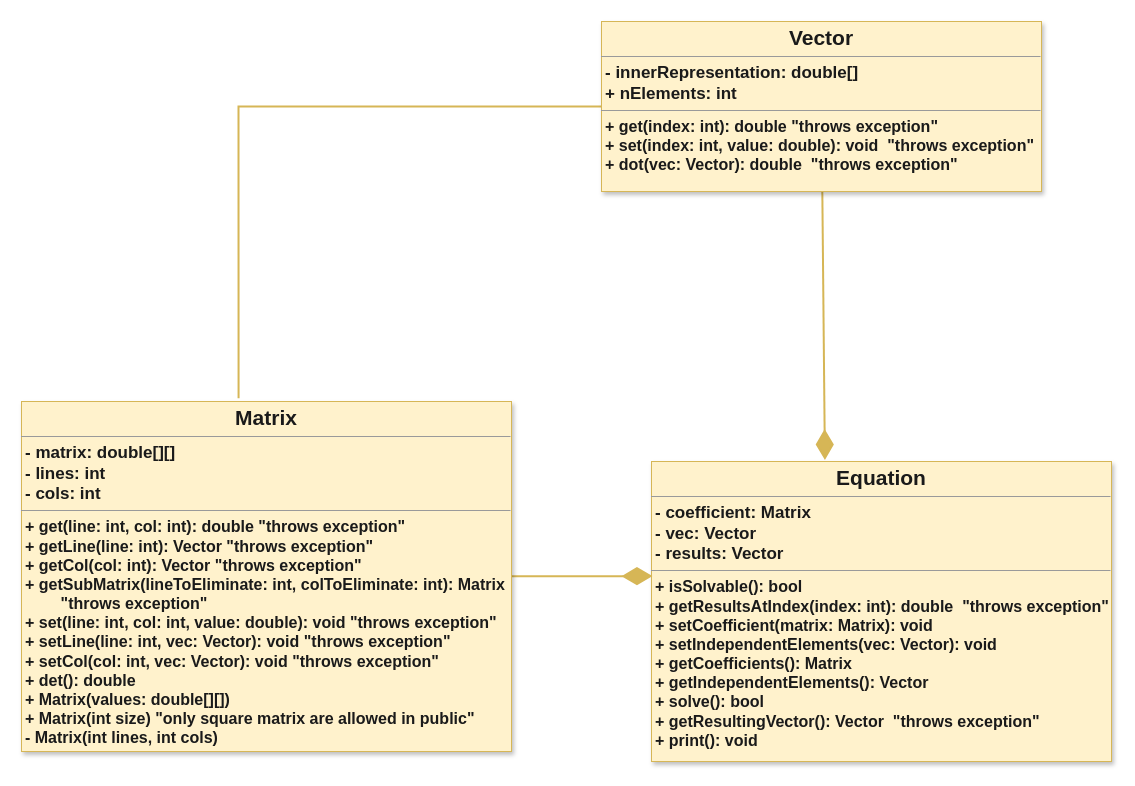
This is diagrams/KramerSolver.drawio from Sophi301/Kramer, a draw.io file, before an edit. Source tidied: cells renumbered, new cells numbered last; positions are measured from the earlier drawing's top-left corner, leaving out a move shared by most shapes. Both pictures are drawn from the tidied source at 100%, with x=0, y=0 at pixel (21, 21).
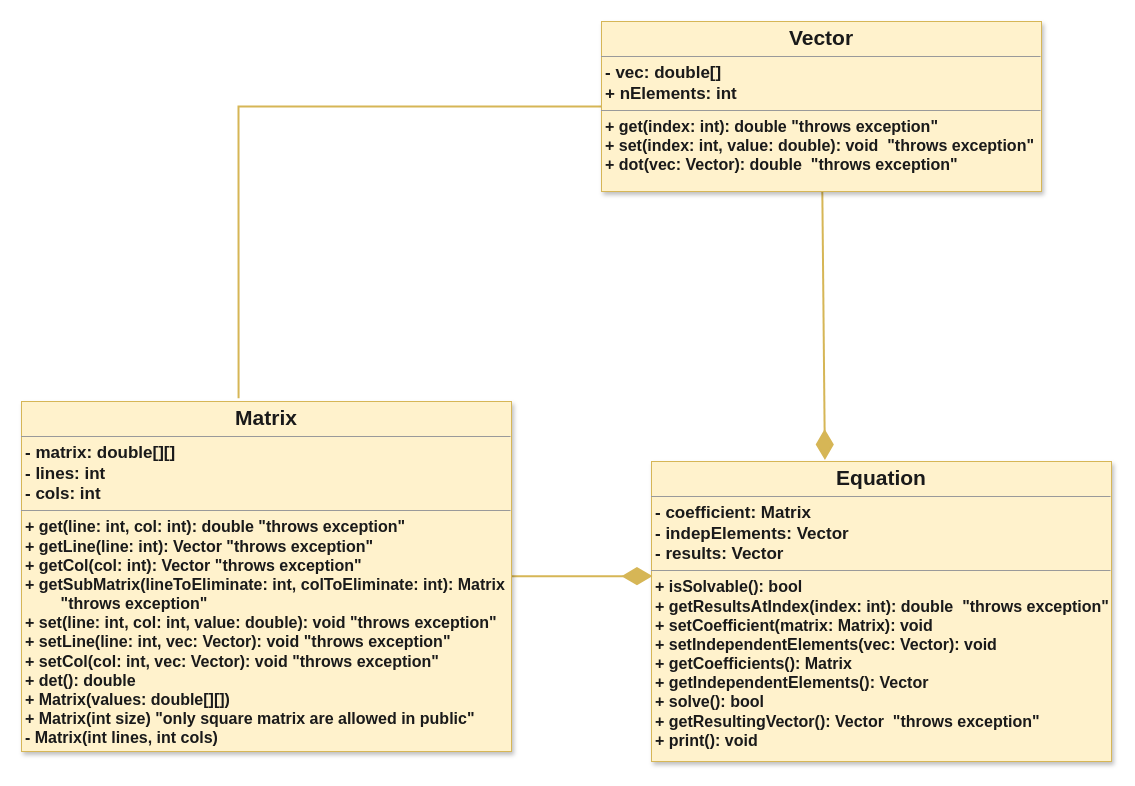
After the change.

Change to the diagram source:
```diff
@@
 <mxGraphModel>
   <root>
     <mxCell id="0" />
     <mxCell id="1" parent="0" />
-    <mxCell id="2" value="&lt;p style=&quot;text-align: center ; margin: 4px 0px 0px&quot;&gt;&lt;b&gt;&lt;font style=&quot;font-size: 21px&quot;&gt;Equation&lt;/font&gt;&lt;/b&gt;&lt;/p&gt;&lt;hr size=&quot;1&quot;&gt;&lt;p style=&quot;margin: 0px 0px 0px 4px ; font-size: 17px&quot;&gt;&lt;font style=&quot;font-size: 17px&quot;&gt;&lt;b&gt;- coefficient: Matrix&lt;/b&gt;&lt;/font&gt;&lt;/p&gt;&lt;p style=&quot;margin: 0px 0px 0px 4px ; font-size: 17px&quot;&gt;&lt;font style=&quot;font-size: 17px&quot;&gt;&lt;b&gt;- vec: Vector&lt;/b&gt;&lt;/font&gt;&lt;/p&gt;&lt;p style=&quot;margin: 0px 0px 0px 4px ; font-size: 17px&quot;&gt;&lt;font style=&quot;font-size: 17px&quot;&gt;&lt;b&gt;- results: Vector&lt;/b&gt;&lt;/font&gt;&lt;/p&gt;&lt;hr size=&quot;1&quot;&gt;&lt;p style=&quot;margin: 0px ; margin-left: 4px&quot;&gt;&lt;font size=&quot;3&quot;&gt;&lt;b&gt;+ isSolvable(): bool&lt;/b&gt;&lt;/font&gt;&lt;/p&gt;&lt;p style=&quot;margin: 0px ; margin-left: 4px&quot;&gt;&lt;font size=&quot;3&quot;&gt;&lt;b&gt;+ getResultsAtIndex(index: int): double&amp;nbsp; &quot;throws exception&quot;&lt;/b&gt;&lt;/font&gt;&lt;/p&gt;&lt;p style=&quot;margin: 0px ; margin-left: 4px&quot;&gt;&lt;font size=&quot;3&quot;&gt;&lt;b&gt;+ setCoefficient(matrix: Matrix): void&lt;/b&gt;&lt;/font&gt;&lt;/p&gt;&lt;p style=&quot;margin: 0px ; margin-left: 4px&quot;&gt;&lt;font size=&quot;3&quot;&gt;&lt;b&gt;+ setIndependentElements(vec: Vector): void&lt;/b&gt;&lt;/font&gt;&lt;/p&gt;&lt;p style=&quot;margin: 0px ; margin-left: 4px&quot;&gt;&lt;font size=&quot;3&quot;&gt;&lt;b&gt;+ getCoefficients(): Matrix&lt;/b&gt;&lt;/font&gt;&lt;/p&gt;&lt;p style=&quot;margin: 0px ; margin-left: 4px&quot;&gt;&lt;font size=&quot;3&quot;&gt;&lt;b&gt;+ getIndependentElements(): Vector&lt;/b&gt;&lt;/font&gt;&lt;/p&gt;&lt;p style=&quot;margin: 0px ; margin-left: 4px&quot;&gt;&lt;font size=&quot;3&quot;&gt;&lt;b&gt;+ solve(): bool&lt;/b&gt;&lt;/font&gt;&lt;/p&gt;&lt;p style=&quot;margin: 0px ; margin-left: 4px&quot;&gt;&lt;font size=&quot;3&quot;&gt;&lt;b&gt;+ getResultingVector(): Vector&amp;nbsp; &quot;throws exception&quot;&lt;/b&gt;&lt;/font&gt;&lt;/p&gt;&lt;p style=&quot;margin: 0px ; margin-left: 4px&quot;&gt;&lt;font size=&quot;3&quot;&gt;&lt;b&gt;+ print(): void&lt;/b&gt;&lt;/font&gt;&lt;/p&gt;" style="verticalAlign=top;align=left;overflow=fill;fontSize=12;fontFamily=Helvetica;html=1;gradientDirection=west;rounded=0;glass=0;shadow=1;strokeWidth=1;fillColor=#fff2cc;strokeColor=#d6b656;fontColor=#1A1A1A;" parent="1" vertex="1">
+    <mxCell id="2" value="&lt;p style=&quot;text-align: center ; margin: 4px 0px 0px&quot;&gt;&lt;b&gt;&lt;font style=&quot;font-size: 21px&quot;&gt;Equation&lt;/font&gt;&lt;/b&gt;&lt;/p&gt;&lt;hr size=&quot;1&quot;&gt;&lt;p style=&quot;margin: 0px 0px 0px 4px ; font-size: 17px&quot;&gt;&lt;font style=&quot;font-size: 17px&quot;&gt;&lt;b&gt;- coefficient: Matrix&lt;/b&gt;&lt;/font&gt;&lt;/p&gt;&lt;p style=&quot;margin: 0px 0px 0px 4px ; font-size: 17px&quot;&gt;&lt;font style=&quot;font-size: 17px&quot;&gt;&lt;b&gt;- indepElements: Vector&lt;/b&gt;&lt;/font&gt;&lt;/p&gt;&lt;p style=&quot;margin: 0px 0px 0px 4px ; font-size: 17px&quot;&gt;&lt;font style=&quot;font-size: 17px&quot;&gt;&lt;b&gt;- results: Vector&lt;/b&gt;&lt;/font&gt;&lt;/p&gt;&lt;hr size=&quot;1&quot;&gt;&lt;p style=&quot;margin: 0px ; margin-left: 4px&quot;&gt;&lt;font size=&quot;3&quot;&gt;&lt;b&gt;+ isSolvable(): bool&lt;/b&gt;&lt;/font&gt;&lt;/p&gt;&lt;p style=&quot;margin: 0px ; margin-left: 4px&quot;&gt;&lt;font size=&quot;3&quot;&gt;&lt;b&gt;+ getResultsAtIndex(index: int): double&amp;nbsp; &quot;throws exception&quot;&lt;/b&gt;&lt;/font&gt;&lt;/p&gt;&lt;p style=&quot;margin: 0px ; margin-left: 4px&quot;&gt;&lt;font size=&quot;3&quot;&gt;&lt;b&gt;+ setCoefficient(matrix: Matrix): void&lt;/b&gt;&lt;/font&gt;&lt;/p&gt;&lt;p style=&quot;margin: 0px ; margin-left: 4px&quot;&gt;&lt;font size=&quot;3&quot;&gt;&lt;b&gt;+ setIndependentElements(vec: Vector): void&lt;/b&gt;&lt;/font&gt;&lt;/p&gt;&lt;p style=&quot;margin: 0px ; margin-left: 4px&quot;&gt;&lt;font size=&quot;3&quot;&gt;&lt;b&gt;+ getCoefficients(): Matrix&lt;/b&gt;&lt;/font&gt;&lt;/p&gt;&lt;p style=&quot;margin: 0px ; margin-left: 4px&quot;&gt;&lt;font size=&quot;3&quot;&gt;&lt;b&gt;+ getIndependentElements(): Vector&lt;/b&gt;&lt;/font&gt;&lt;/p&gt;&lt;p style=&quot;margin: 0px ; margin-left: 4px&quot;&gt;&lt;font size=&quot;3&quot;&gt;&lt;b&gt;+ solve(): bool&lt;/b&gt;&lt;/font&gt;&lt;/p&gt;&lt;p style=&quot;margin: 0px ; margin-left: 4px&quot;&gt;&lt;font size=&quot;3&quot;&gt;&lt;b&gt;+ getResultingVector(): Vector&amp;nbsp; &quot;throws exception&quot;&lt;/b&gt;&lt;/font&gt;&lt;/p&gt;&lt;p style=&quot;margin: 0px ; margin-left: 4px&quot;&gt;&lt;font size=&quot;3&quot;&gt;&lt;b&gt;+ print(): void&lt;/b&gt;&lt;/font&gt;&lt;/p&gt;" style="verticalAlign=top;align=left;overflow=fill;fontSize=12;fontFamily=Helvetica;html=1;gradientDirection=west;rounded=0;glass=0;shadow=1;strokeWidth=1;fillColor=#fff2cc;strokeColor=#d6b656;fontColor=#1A1A1A;" parent="1" vertex="1">
       <mxGeometry x="630" y="440" width="460" height="300" as="geometry" />
     </mxCell>
     <mxCell id="3" style="edgeStyle=none;html=1;entryX=0.002;entryY=0.382;entryDx=0;entryDy=0;entryPerimeter=0;fontSize=21;fontColor=#1A1A1A;endArrow=diamondThin;endFill=1;endSize=25;strokeWidth=2;fillColor=#fff2cc;strokeColor=#d6b656;rounded=0;" parent="1" edge="1" source="4" target="2">
       <mxGeometry relative="1" as="geometry" />
     </mxCell>
     <mxCell id="4" value="&lt;p style=&quot;text-align: center ; margin: 4px 0px 0px&quot;&gt;&lt;b&gt;&lt;font style=&quot;font-size: 21px&quot;&gt;Matrix&lt;/font&gt;&lt;/b&gt;&lt;/p&gt;&lt;hr size=&quot;1&quot;&gt;&lt;p style=&quot;margin: 0px 0px 0px 4px ; font-size: 17px&quot;&gt;&lt;b&gt;- matrix: double[][]&lt;/b&gt;&lt;/p&gt;&lt;p style=&quot;margin: 0px 0px 0px 4px ; font-size: 17px&quot;&gt;&lt;b&gt;- lines: int&lt;/b&gt;&lt;br&gt;&lt;/p&gt;&lt;p style=&quot;margin: 0px 0px 0px 4px ; font-size: 17px&quot;&gt;&lt;b&gt;- cols: int&lt;/b&gt;&lt;/p&gt;&lt;hr size=&quot;1&quot;&gt;&lt;p style=&quot;margin: 0px ; margin-left: 4px&quot;&gt;&lt;font size=&quot;3&quot;&gt;&lt;b&gt;+ get(line: int, col: int): double &quot;throws exception&quot;&lt;/b&gt;&lt;/font&gt;&lt;/p&gt;&lt;p style=&quot;margin: 0px ; margin-left: 4px&quot;&gt;&lt;font size=&quot;3&quot;&gt;&lt;b&gt;+ getLine(line: int): Vector &quot;throws exception&quot;&lt;/b&gt;&lt;/font&gt;&lt;/p&gt;&lt;p style=&quot;margin: 0px ; margin-left: 4px&quot;&gt;&lt;font size=&quot;3&quot;&gt;&lt;b&gt;+ getCol(col: int): Vector &quot;throws exception&quot;&lt;/b&gt;&lt;/font&gt;&lt;/p&gt;&lt;p style=&quot;margin: 0px ; margin-left: 4px&quot;&gt;&lt;font size=&quot;3&quot;&gt;&lt;b&gt;+ getSubMatrix(lineToEliminate: int, colToEliminate: int): Matrix&lt;/b&gt;&lt;/font&gt;&lt;/p&gt;&lt;p style=&quot;margin: 0px ; margin-left: 4px&quot;&gt;&lt;font size=&quot;3&quot;&gt;&lt;b&gt;&lt;span style=&quot;white-space: pre&quot;&gt;&#9;&lt;/span&gt;&quot;throws exception&quot;&lt;br&gt;&lt;/b&gt;&lt;/font&gt;&lt;/p&gt;&lt;p style=&quot;margin: 0px ; margin-left: 4px&quot;&gt;&lt;font size=&quot;3&quot;&gt;&lt;b&gt;+ set(line: int, col: int, value: double): void &quot;throws exception&quot;&lt;/b&gt;&lt;/font&gt;&lt;/p&gt;&lt;p style=&quot;margin: 0px ; margin-left: 4px&quot;&gt;&lt;font size=&quot;3&quot;&gt;&lt;b&gt;+ setLine(line: int, vec: Vector): void &quot;throws exception&quot;&lt;/b&gt;&lt;/font&gt;&lt;/p&gt;&lt;p style=&quot;margin: 0px ; margin-left: 4px&quot;&gt;&lt;font size=&quot;3&quot;&gt;&lt;b&gt;+ setCol(col: int, vec: Vector): void &quot;throws exception&quot;&lt;/b&gt;&lt;/font&gt;&lt;/p&gt;&lt;p style=&quot;margin: 0px ; margin-left: 4px&quot;&gt;&lt;font size=&quot;3&quot;&gt;&lt;b&gt;+ det(): double&lt;/b&gt;&lt;/font&gt;&lt;/p&gt;&lt;p style=&quot;margin: 0px ; margin-left: 4px&quot;&gt;&lt;font size=&quot;3&quot;&gt;&lt;b&gt;+ Matrix(values: double[][])&lt;/b&gt;&lt;/font&gt;&lt;/p&gt;&lt;p style=&quot;margin: 0px ; margin-left: 4px&quot;&gt;&lt;font size=&quot;3&quot;&gt;&lt;b&gt;+ Matrix(int size) &quot;only square matrix are allowed in public&quot;&lt;/b&gt;&lt;/font&gt;&lt;/p&gt;&lt;p style=&quot;margin: 0px ; margin-left: 4px&quot;&gt;&lt;font size=&quot;3&quot;&gt;&lt;b&gt;- Matrix(int lines, int cols)&lt;/b&gt;&lt;/font&gt;&lt;/p&gt;" style="verticalAlign=top;align=left;overflow=fill;fontSize=12;fontFamily=Helvetica;html=1;gradientDirection=west;rounded=0;glass=0;shadow=1;strokeWidth=1;fillColor=#fff2cc;strokeColor=#d6b656;fontColor=#1A1A1A;" parent="1" vertex="1">
       <mxGeometry y="380" width="490" height="350" as="geometry" />
     </mxCell>
     <mxCell id="5" style="edgeStyle=none;html=1;entryX=0.377;entryY=-0.005;entryDx=0;entryDy=0;fontSize=21;fontColor=#1A1A1A;endArrow=diamondThin;endFill=1;endSize=25;entryPerimeter=0;strokeWidth=2;fillColor=#fff2cc;strokeColor=#d6b656;rounded=0;" parent="1" edge="1" source="7" target="2">
       <mxGeometry relative="1" as="geometry" />
     </mxCell>
     <mxCell id="6" style="edgeStyle=none;html=1;entryX=0.443;entryY=-0.009;entryDx=0;entryDy=0;entryPerimeter=0;fontSize=21;fontColor=#1A1A1A;endArrow=none;endFill=0;endSize=25;strokeWidth=2;fillColor=#fff2cc;strokeColor=#d6b656;rounded=0;" parent="1" edge="1" source="7" target="4">
       <mxGeometry relative="1" as="geometry">
         <Array as="points">
           <mxPoint x="217" y="85" />
         </Array>
       </mxGeometry>
     </mxCell>
-    <mxCell id="7" value="&lt;p style=&quot;text-align: center ; margin: 4px 0px 0px&quot;&gt;&lt;b&gt;&lt;font style=&quot;font-size: 21px&quot;&gt;Vector&lt;/font&gt;&lt;/b&gt;&lt;/p&gt;&lt;hr size=&quot;1&quot;&gt;&lt;p style=&quot;margin: 0px 0px 0px 4px ; font-size: 17px&quot;&gt;&lt;font style=&quot;font-size: 17px&quot;&gt;&lt;b&gt;- innerRepresentation: double[]&lt;/b&gt;&lt;/font&gt;&lt;/p&gt;&lt;p style=&quot;margin: 0px 0px 0px 4px ; font-size: 17px&quot;&gt;&lt;b&gt;+ nElements: int&lt;/b&gt;&lt;/p&gt;&lt;hr size=&quot;1&quot;&gt;&lt;p style=&quot;margin: 0px ; margin-left: 4px&quot;&gt;&lt;font size=&quot;3&quot;&gt;&lt;b&gt;+ get(index: int): double &quot;throws exception&quot;&amp;nbsp;&lt;/b&gt;&lt;/font&gt;&lt;/p&gt;&lt;p style=&quot;margin: 0px ; margin-left: 4px&quot;&gt;&lt;font size=&quot;3&quot;&gt;&lt;b&gt;+ set(index: int, value: double): void&amp;nbsp; &quot;throws exception&quot;&lt;/b&gt;&lt;/font&gt;&lt;/p&gt;&lt;p style=&quot;margin: 0px ; margin-left: 4px&quot;&gt;&lt;font size=&quot;3&quot;&gt;&lt;b&gt;+ dot(vec: Vector): double&amp;nbsp; &quot;throws exception&quot;&lt;/b&gt;&lt;/font&gt;&lt;/p&gt;" style="verticalAlign=top;align=left;overflow=fill;fontSize=12;fontFamily=Helvetica;html=1;gradientDirection=west;rounded=0;glass=0;shadow=1;strokeWidth=1;fillColor=#fff2cc;strokeColor=#d6b656;fontColor=#1A1A1A;" parent="1" vertex="1">
+    <mxCell id="7" value="&lt;p style=&quot;text-align: center ; margin: 4px 0px 0px&quot;&gt;&lt;b&gt;&lt;font style=&quot;font-size: 21px&quot;&gt;Vector&lt;/font&gt;&lt;/b&gt;&lt;/p&gt;&lt;hr size=&quot;1&quot;&gt;&lt;p style=&quot;margin: 0px 0px 0px 4px ; font-size: 17px&quot;&gt;&lt;font style=&quot;font-size: 17px&quot;&gt;&lt;b&gt;- vec: double[]&lt;/b&gt;&lt;/font&gt;&lt;/p&gt;&lt;p style=&quot;margin: 0px 0px 0px 4px ; font-size: 17px&quot;&gt;&lt;b&gt;+ nElements: int&lt;/b&gt;&lt;/p&gt;&lt;hr size=&quot;1&quot;&gt;&lt;p style=&quot;margin: 0px ; margin-left: 4px&quot;&gt;&lt;font size=&quot;3&quot;&gt;&lt;b&gt;+ get(index: int): double &quot;throws exception&quot;&amp;nbsp;&lt;/b&gt;&lt;/font&gt;&lt;/p&gt;&lt;p style=&quot;margin: 0px ; margin-left: 4px&quot;&gt;&lt;font size=&quot;3&quot;&gt;&lt;b&gt;+ set(index: int, value: double): void&amp;nbsp; &quot;throws exception&quot;&lt;/b&gt;&lt;/font&gt;&lt;/p&gt;&lt;p style=&quot;margin: 0px ; margin-left: 4px&quot;&gt;&lt;font size=&quot;3&quot;&gt;&lt;b&gt;+ dot(vec: Vector): double&amp;nbsp; &quot;throws exception&quot;&lt;/b&gt;&lt;/font&gt;&lt;/p&gt;" style="verticalAlign=top;align=left;overflow=fill;fontSize=12;fontFamily=Helvetica;html=1;gradientDirection=west;rounded=0;glass=0;shadow=1;strokeWidth=1;fillColor=#fff2cc;strokeColor=#d6b656;fontColor=#1A1A1A;" parent="1" vertex="1">
       <mxGeometry x="580" width="440" height="170" as="geometry" />
     </mxCell>
   </root>
 </mxGraphModel>
```
